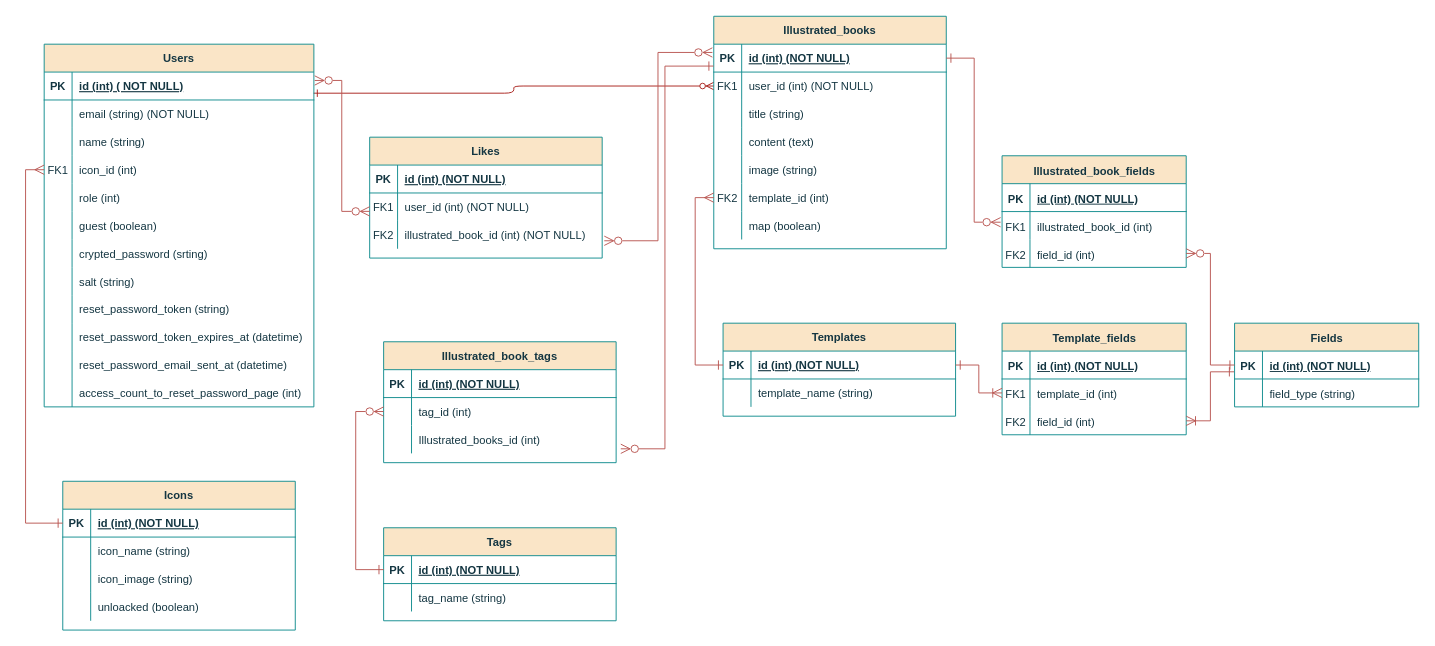
This is 名称未設定ファイル.drawio from furukoshi12/zukan-create, a draw.io file, before an edit. Source tidied: cells renumbered, new cells numbered last; positions are measured from the earlier drawing's top-left corner, leaving out a move shared by most shapes. Both pictures are drawn from the tidied source at 93%, with x=0, y=0 at pixel (25, 16).
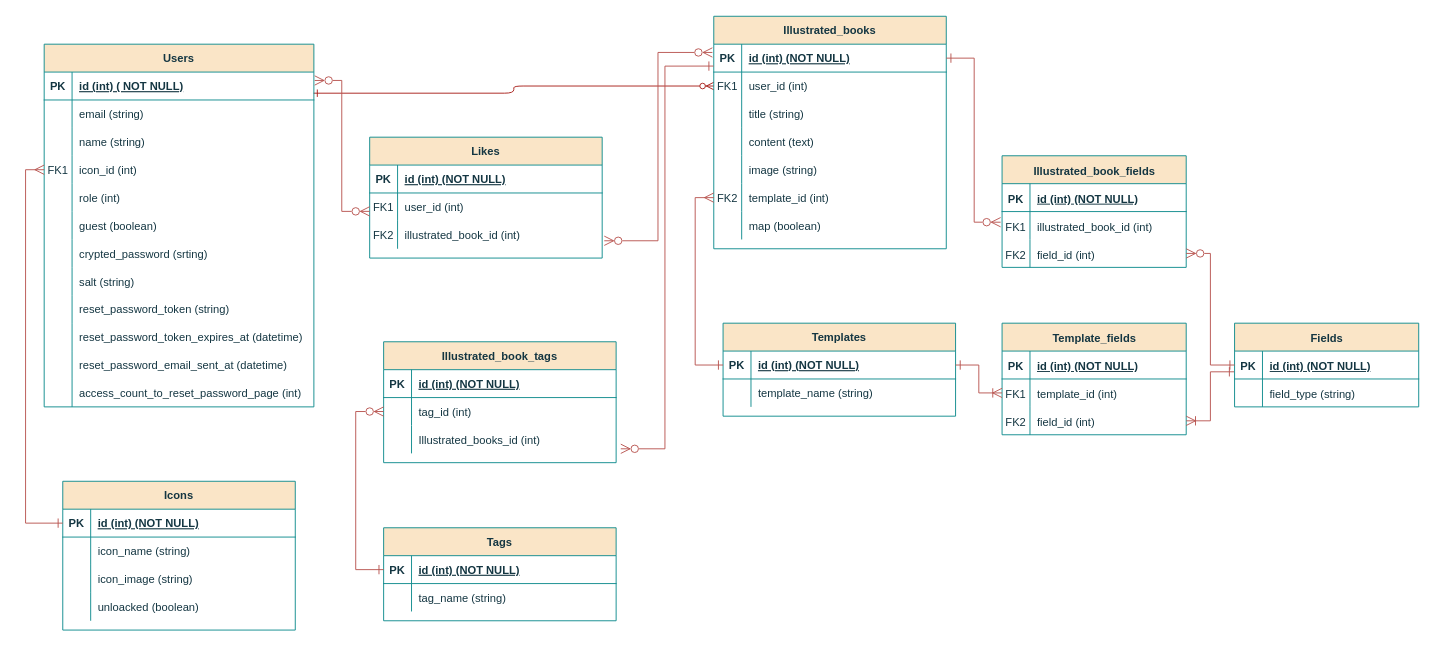
After the change.

Commit message (it also covers changes not shown here):
名称未設定ファイル.drawio を更新します

Unchanged cells that the change refers to:
```xml
<mxCell id="7" style="shape=partialRectangle;fillColor=none;points=[[0,0.5],[1,0.5]];portConstraint=eastwest;top=0;left=0;right=0;bottom=0;labelBackgroundColor=none;strokeColor=#0F8B8D;fontColor=#143642;" parent="3" vertex="1">
  <mxGeometry y="60" width="250" height="30" as="geometry" />
</mxCell>
<mxCell id="36" style="shape=partialRectangle;fillColor=none;top=0;left=0;right=0;bottom=0;labelBackgroundColor=none;strokeColor=#0F8B8D;fontColor=#143642;" parent="32" vertex="1">
  <mxGeometry y="60" width="290" height="30" as="geometry" />
</mxCell>
<mxCell id="86" style="shape=partialRectangle;fillColor=none;points=[[0,0.5],[1,0.5]];portConstraint=eastwest;top=0;left=0;right=0;bottom=0;labelBackgroundColor=none;strokeColor=#0F8B8D;fontColor=#143642;" parent="82" vertex="1">
  <mxGeometry y="60" width="250" height="30" as="geometry" />
</mxCell>
<mxCell id="89" style="shape=partialRectangle;fillColor=none;points=[[0,0.5],[1,0.5]];portConstraint=eastwest;top=0;left=0;right=0;bottom=0;labelBackgroundColor=none;strokeColor=#0F8B8D;fontColor=#143642;" parent="82" vertex="1">
  <mxGeometry y="90" width="250" height="30" as="geometry" />
</mxCell>
```

What changed in the source:
```diff
@@
-    <mxCell id="9" value="user_id (int) (NOT NULL)" style="shape=partialRectangle;overflow=hidden;fillColor=none;top=0;left=0;bottom=0;right=0;align=left;spacingLeft=6;labelBackgroundColor=none;strokeColor=#0F8B8D;fontColor=#143642;" parent="7" vertex="1">
+    <mxCell id="9" value="user_id (int)" style="shape=partialRectangle;overflow=hidden;fillColor=none;top=0;left=0;bottom=0;right=0;align=left;spacingLeft=6;labelBackgroundColor=none;strokeColor=#0F8B8D;fontColor=#143642;" parent="7" vertex="1">
       <mxGeometry x="30" width="220" height="30" as="geometry" />
     </mxCell>
@@
-    <mxCell id="38" value="email (string) (NOT NULL)" style="shape=partialRectangle;overflow=hidden;fillColor=none;top=0;left=0;bottom=0;right=0;align=left;spacingLeft=6;labelBackgroundColor=none;strokeColor=#0F8B8D;fontColor=#143642;" parent="36" vertex="1">
+    <mxCell id="38" value="email (string)" style="shape=partialRectangle;overflow=hidden;fillColor=none;top=0;left=0;bottom=0;right=0;align=left;spacingLeft=6;labelBackgroundColor=none;strokeColor=#0F8B8D;fontColor=#143642;" parent="36" vertex="1">
       <mxGeometry x="30" width="260" height="30" as="geometry" />
     </mxCell>
@@
-    <mxCell id="88" value="user_id (int) (NOT NULL)" style="shape=partialRectangle;overflow=hidden;fillColor=none;top=0;left=0;bottom=0;right=0;align=left;spacingLeft=6;labelBackgroundColor=none;strokeColor=#0F8B8D;fontColor=#143642;" parent="86" vertex="1">
+    <mxCell id="88" value="user_id (int)" style="shape=partialRectangle;overflow=hidden;fillColor=none;top=0;left=0;bottom=0;right=0;align=left;spacingLeft=6;labelBackgroundColor=none;strokeColor=#0F8B8D;fontColor=#143642;" parent="86" vertex="1">
       <mxGeometry x="30" width="220" height="30" as="geometry" />
     </mxCell>
@@
-    <mxCell id="91" value="illustrated_book_id (int) (NOT NULL)" style="shape=partialRectangle;overflow=hidden;fillColor=none;top=0;left=0;bottom=0;right=0;align=left;spacingLeft=6;labelBackgroundColor=none;strokeColor=#0F8B8D;fontColor=#143642;" parent="89" vertex="1">
+    <mxCell id="91" value="illustrated_book_id (int)" style="shape=partialRectangle;overflow=hidden;fillColor=none;top=0;left=0;bottom=0;right=0;align=left;spacingLeft=6;labelBackgroundColor=none;strokeColor=#0F8B8D;fontColor=#143642;" parent="89" vertex="1">
       <mxGeometry x="30" width="220" height="30" as="geometry" />
     </mxCell>
```
